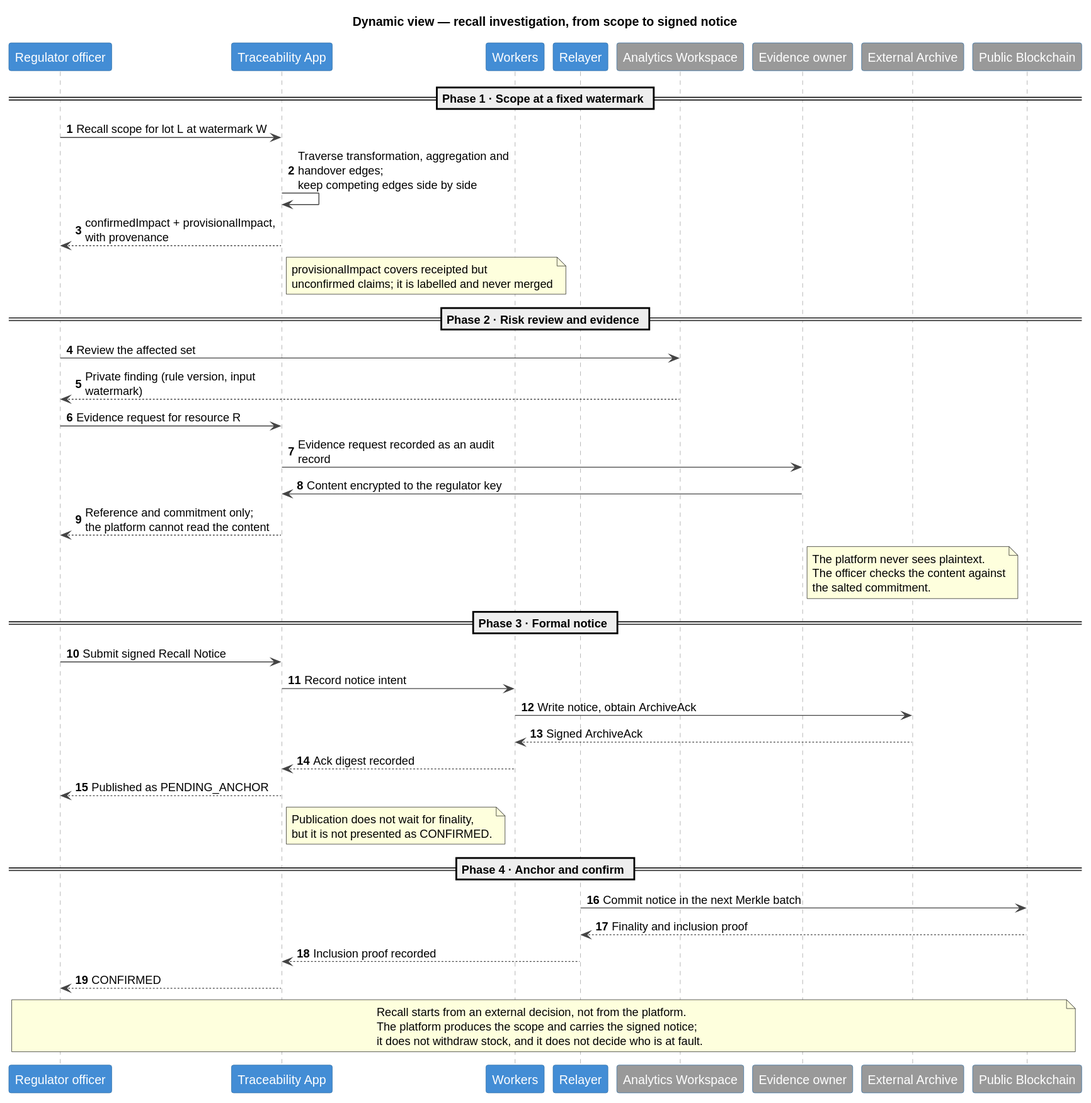
Before: docs/public/diagrams/c4-dynamic-recall.svg, a diagram exported from PlantUML (kuangshen04/48433assignment).
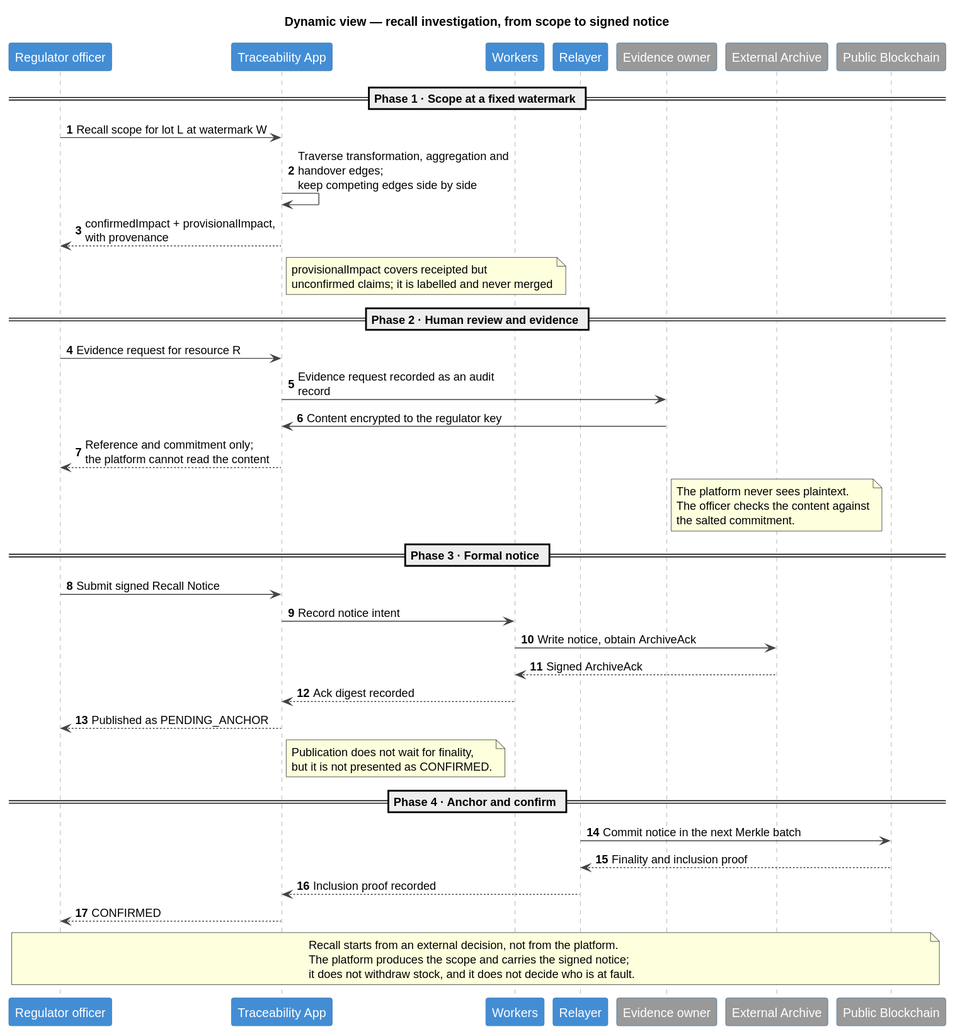
Later version of the same file.

Change to the diagram source:
```diff
@@ -22,7 +22,6 @@
 participant "Traceability App" as app
 participant "Workers" as workers
 participant "Relayer" as relayer
-participant "Analytics Workspace" as analytics #999999
 participant "Evidence owner" as owner #999999
 participant "External Archive" as archive #999999
 participant "Public Blockchain" as chain #999999
@@ -33,9 +32,7 @@
 app --> officer: confirmedImpact + provisionalImpact, with provenance
 note right of app: provisionalImpact covers receipted but\nunconfirmed claims; it is labelled and never merged
 
-== Phase 2 · Risk review and evidence ==
-officer -> analytics: Review the affected set
-analytics --> officer: Private finding (rule version, input watermark)
+== Phase 2 · Human review and evidence ==
 officer -> app: Evidence request for resource R
 app -> owner: Evidence request recorded as an audit record
 owner -> app: Content encrypted to the regulator key
```
